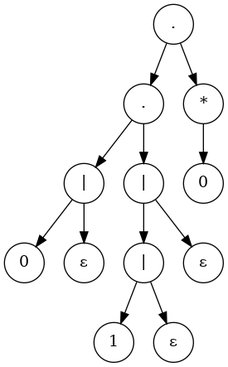
DiggsPapu/TeoriaComputacion keeps this Graphviz diagram as Graphs/TreePng/graph4.png. Above is the earlier version. Its source is kept beside it as Graphs/Tree/graph4.dot. Its diagram source:
```dot
digraph Tree{
node [shape=circle];
node0 [label="0"];
node1 [label="ε"];
node2 [label="|"];
node3 [label="1"];
node4 [label="ε"];
node5 [label="|"];
node6 [label="ε"];
node7 [label="|"];
node8 [label="."];
node9 [label="0"];
node10 [label="*"];
node11 [label="."];
node2->node0;
node2->node1;
node5->node3;
node5->node4;
node7->node5;
node7->node6;
node8->node2;
node8->node7;
node10->node9;
node11->node8;
node11->node10;
}
```
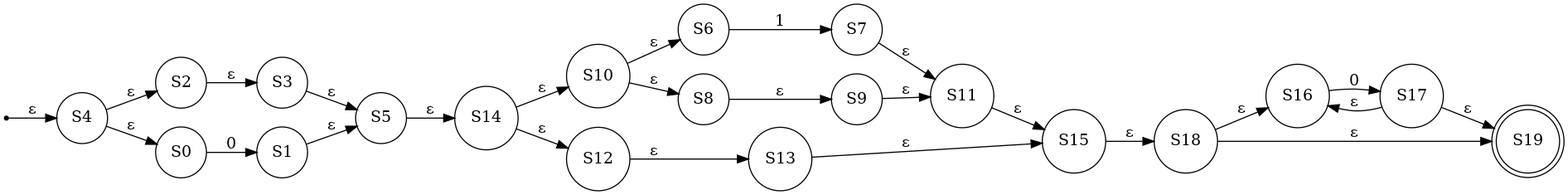
After the commit.

Change to the diagram source:
```diff
@@ -1,26 +1,49 @@
-digraph Tree{
+digraph AFN{
 node [shape=circle];
-node0 [label="0"];
-node1 [label="ε"];
-node2 [label="|"];
-node3 [label="1"];
-node4 [label="ε"];
-node5 [label="|"];
-node6 [label="ε"];
-node7 [label="|"];
-node8 [label="."];
-node9 [label="0"];
-node10 [label="*"];
-node11 [label="."];
-node2->node0;
-node2->node1;
-node5->node3;
-node5->node4;
-node7->node5;
-node7->node6;
-node8->node2;
-node8->node7;
-node10->node9;
-node11->node8;
-node11->node10;
+rankdir=LR;
+init [label="", shape=point];
+S1 [label="S1"];
+S2 [label="S2"];
+S3 [label="S3"];
+S4 [label="S4"];
+S5 [label="S5"];
+S6 [label="S6"];
+S7 [label="S7"];
+S8 [label="S8"];
+S9 [label="S9"];
+S10 [label="S10"];
+S11 [label="S11"];
+S12 [label="S12"];
+S13 [label="S13"];
+S14 [label="S14"];
+S15 [label="S15"];
+S16 [label="S16"];
+S17 [label="S17"];
+S18 [label="S18"];
+S19[shape=doublecircle] [label="S19"];
+S0->S1[label="0"];
+S1->S5[label="ε"];
+S2->S3[label="ε"];
+S3->S5[label="ε"];
+init->S4[label="ε"];
+S4->S0[label="ε"];
+S4->S2[label="ε"];
+S5->S14[label="ε"];
+S6->S7[label="1"];
+S7->S11[label="ε"];
+S8->S9[label="ε"];
+S9->S11[label="ε"];
+S10->S6[label="ε"];
+S10->S8[label="ε"];
+S11->S15[label="ε"];
+S12->S13[label="ε"];
+S13->S15[label="ε"];
+S14->S10[label="ε"];
+S14->S12[label="ε"];
+S15->S18[label="ε"];
+S16->S17[label="0"];
+S17->S16[label="ε"];
+S17->S19[label="ε"];
+S18->S19[label="ε"];
+S18->S16[label="ε"];
 }
```
